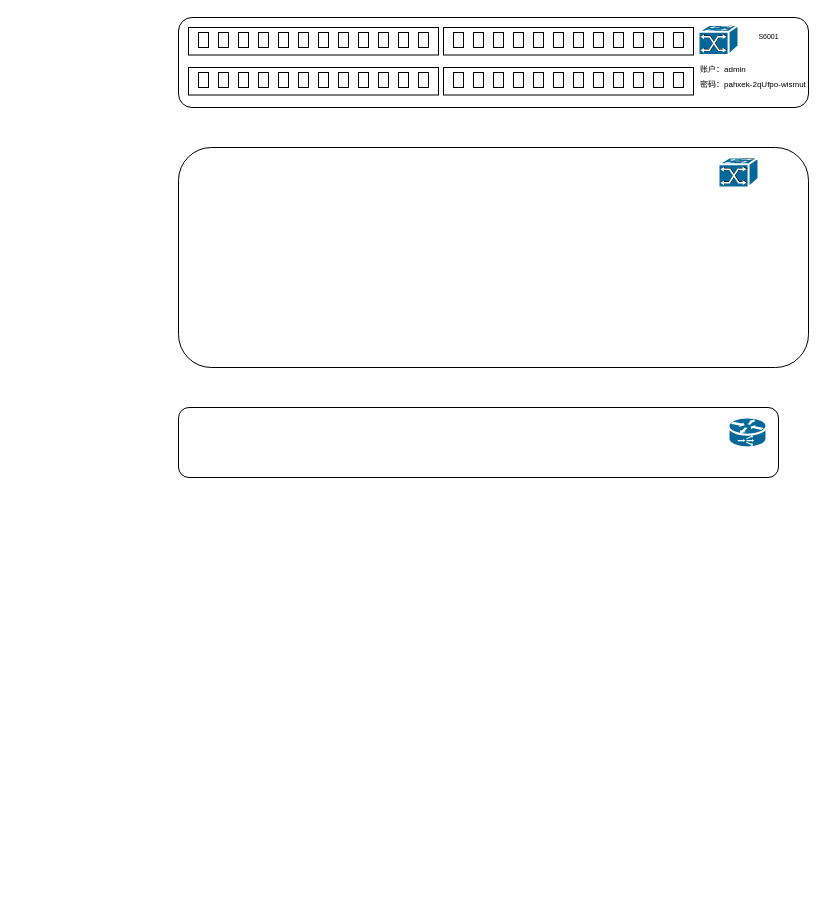
Earlier version of the draw.io diagram rhzy-network.drawio (asharca/drawio). Source tidied: cells renumbered, new cells numbered last; positions are measured from the earlier drawing's top-left corner, leaving out a move shared by most shapes. Both pictures are drawn from the tidied source at 100%, with x=0, y=0 at pixel (178, 17).
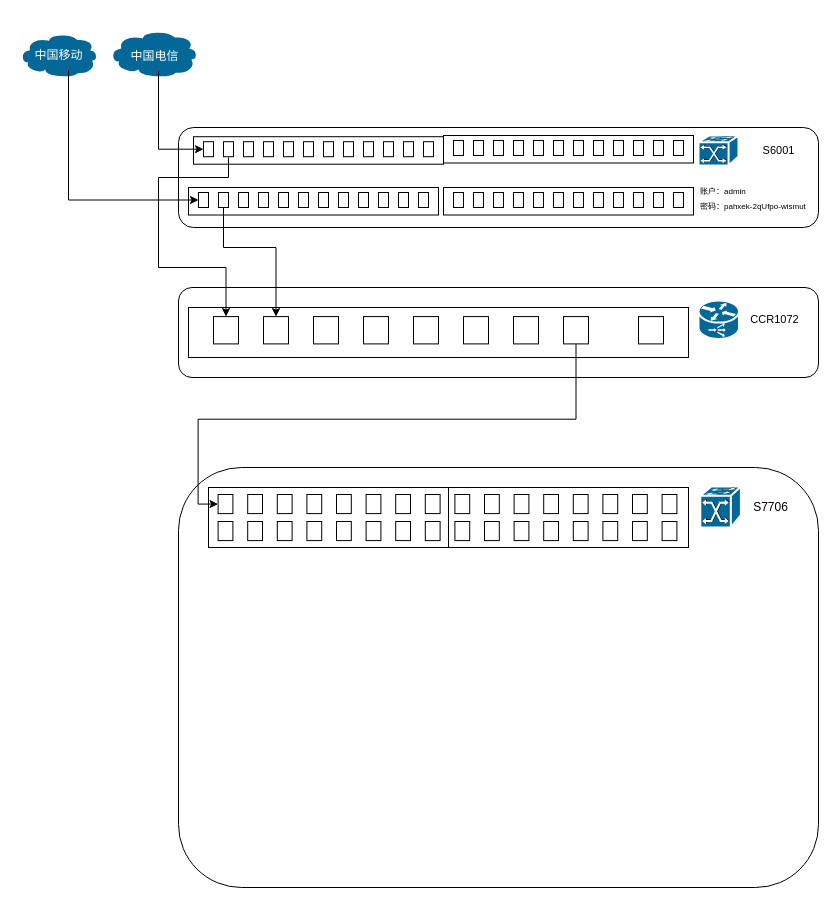
The same diagram, later.

The change refers to these unchanged cells:
```xml
<mxCell id="8" style="rounded=0;whiteSpace=wrap;html=1;" parent="7" vertex="1">
  <mxGeometry width="10" height="15" as="geometry" />
</mxCell>
<mxCell id="23" style="rounded=0;whiteSpace=wrap;html=1;" parent="22" vertex="1">
  <mxGeometry width="10" height="15" as="geometry" />
</mxCell>
<mxCell id="24" style="rounded=0;whiteSpace=wrap;html=1;" parent="22" vertex="1">
  <mxGeometry x="20" width="10" height="15" as="geometry" />
</mxCell>
```

What changed in the source:
```diff
@@
     <mxCell id="2" style="rounded=1;whiteSpace=wrap;html=1;" parent="1" vertex="1">
-      <mxGeometry width="630" height="90" as="geometry" />
+      <mxGeometry y="110" width="640" height="100" as="geometry" />
     </mxCell>
-    <mxCell id="3" style="rounded=1;whiteSpace=wrap;html=1;" parent="1" vertex="1">
-      <mxGeometry y="130" width="630" height="220" as="geometry" />
-    </mxCell>
     <mxCell id="4" style="shape=mxgraph.cisco.switches.atm_fast_gigabit_etherswitch;sketch=0;html=1;dashed=0;fillColor=#036897;strokeColor=#ffffff;strokeWidth=2;verticalLabelPosition=bottom;verticalAlign=top;align=center;" parent="1" vertex="1">
-      <mxGeometry x="520" y="7.5" width="40" height="30" as="geometry" />
+      <mxGeometry x="520" y="118" width="40" height="30" as="geometry" />
     </mxCell>
     <mxCell id="5" style="group;" parent="1" vertex="1">
-      <mxGeometry x="10" y="10" width="250" height="27.5" as="geometry" />
+      <mxGeometry x="15" y="119.2" width="250" height="27.5" as="geometry" />
     </mxCell>
@@
     <mxCell id="20" style="group;" parent="1" vertex="1">
-      <mxGeometry x="10" y="50" width="250" height="27.5" as="geometry" />
+      <mxGeometry x="10" y="170" width="250" height="27.5" as="geometry" />
     </mxCell>
@@
     <mxCell id="35" style="group;" parent="1" vertex="1">
-      <mxGeometry x="265" y="10" width="250" height="27.5" as="geometry" />
+      <mxGeometry x="265" y="118" width="250" height="27.5" as="geometry" />
     </mxCell>
@@
     <mxCell id="50" style="group;" parent="1" vertex="1">
-      <mxGeometry x="265" y="50" width="250" height="27.5" as="geometry" />
+      <mxGeometry x="265" y="170" width="250" height="27.5" as="geometry" />
     </mxCell>
@@
-    <mxCell id="65" style="shape=mxgraph.cisco.switches.atm_fast_gigabit_etherswitch;sketch=0;html=1;dashed=0;fillColor=#036897;strokeColor=#ffffff;strokeWidth=2;verticalLabelPosition=bottom;verticalAlign=top;align=center;" parent="1" vertex="1">
-      <mxGeometry x="540" y="140" width="40" height="30" as="geometry" />
-    </mxCell>
-    <mxCell id="66" style="rounded=1;whiteSpace=wrap;html=1;" parent="1" vertex="1">
-      <mxGeometry y="390" width="600" height="70" as="geometry" />
-    </mxCell>
-    <mxCell id="67" style="shape=mxgraph.cisco.routers.content_service_router;sketch=0;html=1;dashed=0;fillColor=#036897;strokeColor=#ffffff;strokeWidth=2;verticalLabelPosition=bottom;verticalAlign=top;align=center;" parent="1" vertex="1">
-      <mxGeometry x="550" y="400" width="38" height="30" as="geometry" />
-    </mxCell>
-    <mxCell id="68" value="S6001" style="text;html=1;align=center;verticalAlign=middle;strokeColor=none;fillColor=none;fontSize=7;" parent="1" vertex="1">
-      <mxGeometry x="570" y="10" width="40" height="20" as="geometry" />
+    <mxCell id="68" value="&lt;font style=&quot;font-size: 11px;&quot;&gt;S6001&lt;/font&gt;" style="text;html=1;align=center;verticalAlign=middle;strokeColor=none;fillColor=none;fontSize=7;" parent="1" vertex="1">
+      <mxGeometry x="570" y="118" width="60" height="30" as="geometry" />
     </mxCell>
     <mxCell id="69" style="text;html=1;align=center;verticalAlign=middle;strokeColor=none;fillColor=none;" parent="1" vertex="1">
-      <mxGeometry x="450" y="98" width="20" height="30" as="geometry" />
+      <mxGeometry x="440" y="198" width="20" height="30" as="geometry" />
     </mxCell>
     <mxCell id="70" value="&lt;div&gt;&lt;font style=&quot;font-size: 8px;&quot;&gt;账户：admin&lt;/font&gt;&lt;/div&gt;&lt;div&gt;&lt;span style=&quot;font-size: 8px; background-color: transparent; color: light-dark(rgb(0, 0, 0), rgb(255, 255, 255));&quot;&gt;密码：pahxek-2qUfpo-wismut&lt;/span&gt;&lt;/div&gt;" style="text;html=1;align=left;verticalAlign=middle;whiteSpace=wrap;rounded=0;" parent="1" vertex="1">
-      <mxGeometry x="520" y="37.5" width="110" height="40" as="geometry" />
+      <mxGeometry x="520" y="160" width="110" height="40" as="geometry" />
     </mxCell>
+    <mxCell id="71" style="group;" parent="1" vertex="1">
+      <mxGeometry y="450" width="640" height="420" as="geometry" />
+    </mxCell>
+    <mxCell id="3" style="rounded=1;whiteSpace=wrap;html=1;" parent="71" vertex="1">
+      <mxGeometry width="640" height="420" as="geometry" />
+    </mxCell>
+    <mxCell id="65" style="shape=mxgraph.cisco.switches.atm_fast_gigabit_etherswitch;sketch=0;html=1;dashed=0;fillColor=#036897;strokeColor=#ffffff;strokeWidth=2;verticalLabelPosition=bottom;verticalAlign=top;align=center;" parent="71" vertex="1">
+      <mxGeometry x="521.8" y="19.1" width="40.6" height="40.9" as="geometry" />
+    </mxCell>
+    <mxCell id="72" value="S7706" style="text;html=1;align=center;verticalAlign=middle;whiteSpace=wrap;rounded=0;" parent="71" vertex="1">
+      <mxGeometry x="562.5" y="24.5" width="59.1" height="30" as="geometry" />
+    </mxCell>
+    <mxCell id="73" style="group;" parent="1" vertex="1">
+      <mxGeometry y="270" width="640" height="90" as="geometry" />
+    </mxCell>
+    <mxCell id="66" style="rounded=1;whiteSpace=wrap;html=1;" parent="73" vertex="1">
+      <mxGeometry width="640" height="90" as="geometry" />
+    </mxCell>
+    <mxCell id="67" style="shape=mxgraph.cisco.routers.content_service_router;sketch=0;html=1;dashed=0;fillColor=#036897;strokeColor=#ffffff;strokeWidth=2;verticalLabelPosition=bottom;verticalAlign=top;align=center;" parent="73" vertex="1">
+      <mxGeometry x="520" y="12.9" width="40.5" height="38.6" as="geometry" />
+    </mxCell>
+    <mxCell id="74" value="&lt;font style=&quot;font-size: 11px;&quot;&gt;CCR1072&lt;/font&gt;" style="text;html=1;align=center;verticalAlign=middle;strokeColor=none;fillColor=none;fontSize=7;" parent="73" vertex="1">
+      <mxGeometry x="560.5" y="17.1" width="70" height="30" as="geometry" />
+    </mxCell>
+    <mxCell id="75" style="group;" parent="73" vertex="1">
+      <mxGeometry x="10" y="20" width="500" height="50" as="geometry" />
+    </mxCell>
+    <mxCell id="76" style="rounded=0;whiteSpace=wrap;html=1;" parent="75" vertex="1">
+      <mxGeometry width="500" height="50" as="geometry" />
+    </mxCell>
+    <mxCell id="77" style="rounded=0;whiteSpace=wrap;html=1;" parent="75" vertex="1">
+      <mxGeometry x="25" y="9.1" width="25" height="27.3" as="geometry" />
+    </mxCell>
+    <mxCell id="78" style="rounded=0;whiteSpace=wrap;html=1;" parent="75" vertex="1">
+      <mxGeometry x="75" y="9.1" width="25" height="27.3" as="geometry" />
+    </mxCell>
+    <mxCell id="79" style="rounded=0;whiteSpace=wrap;html=1;" parent="75" vertex="1">
+      <mxGeometry x="125" y="9.1" width="25" height="27.3" as="geometry" />
+    </mxCell>
+    <mxCell id="80" style="rounded=0;whiteSpace=wrap;html=1;" parent="75" vertex="1">
+      <mxGeometry x="175" y="9.1" width="25" height="27.3" as="geometry" />
+    </mxCell>
+    <mxCell id="81" style="rounded=0;whiteSpace=wrap;html=1;" parent="75" vertex="1">
+      <mxGeometry x="225" y="9.1" width="25" height="27.3" as="geometry" />
+    </mxCell>
+    <mxCell id="82" style="rounded=0;whiteSpace=wrap;html=1;" parent="75" vertex="1">
+      <mxGeometry x="275" y="9.1" width="25" height="27.3" as="geometry" />
+    </mxCell>
+    <mxCell id="83" style="rounded=0;whiteSpace=wrap;html=1;" parent="75" vertex="1">
+      <mxGeometry x="325" y="9.1" width="25" height="27.3" as="geometry" />
+    </mxCell>
+    <mxCell id="84" style="rounded=0;whiteSpace=wrap;html=1;" parent="75" vertex="1">
+      <mxGeometry x="375" y="9.1" width="25" height="27.3" as="geometry" />
+    </mxCell>
+    <mxCell id="85" style="rounded=0;whiteSpace=wrap;html=1;" parent="75" vertex="1">
+      <mxGeometry x="450" y="9.1" width="25" height="27.3" as="geometry" />
+    </mxCell>
+    <mxCell id="86" style="edgeStyle=orthogonalEdgeStyle;rounded=0;jettySize=auto;html=1;entryX=0.5;entryY=0;entryDx=0;entryDy=0;" parent="1" edge="1" target="77">
+      <mxGeometry relative="1" as="geometry">
+        <mxPoint x="50" y="140" as="sourcePoint" />
+        <Array as="points">
+          <mxPoint x="50" y="160" />
+          <mxPoint x="-20" y="160" />
+          <mxPoint x="-20" y="250" />
+          <mxPoint x="47" y="250" />
+        </Array>
+      </mxGeometry>
+    </mxCell>
+    <mxCell id="87" style="edgeStyle=orthogonalEdgeStyle;rounded=0;jettySize=auto;html=1;entryX=0.5;entryY=0;entryDx=0;entryDy=0;exitX=0.5;exitY=1;exitDx=0;exitDy=0;" parent="1" edge="1" source="24" target="78">
+      <mxGeometry relative="1" as="geometry">
+        <Array as="points">
+          <mxPoint x="45" y="230" />
+          <mxPoint x="97" y="230" />
+        </Array>
+      </mxGeometry>
+    </mxCell>
+    <mxCell id="88" style="group;" parent="1" vertex="1">
+      <mxGeometry x="-160" y="15" width="80" height="45" as="geometry" />
+    </mxCell>
+    <mxCell id="89" style="shape=mxgraph.cisco.storage.cloud;sketch=0;html=1;dashed=0;fillColor=#036897;strokeColor=#ffffff;strokeWidth=2;verticalLabelPosition=bottom;verticalAlign=top;align=center;" parent="88" vertex="1">
+      <mxGeometry width="80" height="45" as="geometry" />
+    </mxCell>
+    <mxCell id="90" value="中国移动" style="text;html=1;align=center;verticalAlign=middle;points=[];fontColor=light-dark(#ffffff, #ededed);" parent="88" vertex="1">
+      <mxGeometry x="5" y="7.5" width="70" height="30" as="geometry" />
+    </mxCell>
+    <mxCell id="91" style="group;" parent="1" vertex="1">
+      <mxGeometry x="-70" y="12.1" width="90" height="47.9" as="geometry" />
+    </mxCell>
+    <mxCell id="92" style="shape=mxgraph.cisco.storage.cloud;sketch=0;html=1;dashed=0;fillColor=#036897;strokeColor=#ffffff;strokeWidth=2;verticalLabelPosition=bottom;verticalAlign=top;align=center;" parent="91" vertex="1">
+      <mxGeometry width="90" height="47.9" as="geometry" />
+    </mxCell>
+    <mxCell id="93" value="中国电信" style="text;html=1;align=center;verticalAlign=middle;points=[];fontColor=light-dark(#ffffff, #ededed);" parent="91" vertex="1">
+      <mxGeometry x="11.3" y="12" width="70" height="30" as="geometry" />
+    </mxCell>
+    <mxCell id="94" style="edgeStyle=orthogonalEdgeStyle;rounded=0;jettySize=auto;html=1;entryX=0;entryY=0.5;entryDx=0;entryDy=0;" parent="1" edge="1" source="93" target="8">
+      <mxGeometry relative="1" as="geometry">
+        <Array as="points">
+          <mxPoint x="-20" y="131" />
+        </Array>
+      </mxGeometry>
+    </mxCell>
+    <mxCell id="95" style="edgeStyle=orthogonalEdgeStyle;rounded=0;jettySize=auto;html=1;entryX=0;entryY=0.5;entryDx=0;entryDy=0;" parent="1" edge="1" source="90" target="23">
+      <mxGeometry relative="1" as="geometry">
+        <Array as="points">
+          <mxPoint x="-110" y="183" />
+        </Array>
+      </mxGeometry>
+    </mxCell>
+    <mxCell id="96" style="group;" parent="1" vertex="1">
+      <mxGeometry x="20" y="470" width="490" height="60" as="geometry" />
+    </mxCell>
+    <mxCell id="97" style="rounded=0;whiteSpace=wrap;html=1;" parent="96" vertex="1">
+      <mxGeometry x="10" width="480" height="60" as="geometry" />
+    </mxCell>
+    <mxCell id="98" style="endArrow=none;html=1;rounded=0;entryX=0.5;entryY=0;entryDx=0;entryDy=0;exitX=0.5;exitY=1;exitDx=0;exitDy=0;" parent="96" edge="1" source="97" target="97">
+      <mxGeometry relative="1" as="geometry" />
+    </mxCell>
+    <mxCell id="99" style="group;" parent="96" vertex="1">
+      <mxGeometry x="19.6" y="7" width="222" height="19.1" as="geometry" />
+    </mxCell>
+    <mxCell id="100" style="rounded=0;whiteSpace=wrap;html=1;spacingTop=0;" parent="99" vertex="1">
+      <mxGeometry width="14.8" height="19.1" as="geometry" />
+    </mxCell>
+    <mxCell id="101" style="rounded=0;whiteSpace=wrap;html=1;spacingTop=0;" parent="99" vertex="1">
+      <mxGeometry x="29.6" width="14.8" height="19.1" as="geometry" />
+    </mxCell>
+    <mxCell id="102" style="rounded=0;whiteSpace=wrap;html=1;spacingTop=0;" parent="99" vertex="1">
+      <mxGeometry x="59.2" width="14.8" height="19.1" as="geometry" />
+    </mxCell>
+    <mxCell id="103" style="rounded=0;whiteSpace=wrap;html=1;spacingTop=0;" parent="99" vertex="1">
+      <mxGeometry x="88.8" width="14.8" height="19.1" as="geometry" />
+    </mxCell>
+    <mxCell id="104" style="rounded=0;whiteSpace=wrap;html=1;spacingTop=0;" parent="99" vertex="1">
+      <mxGeometry x="118.4" width="14.8" height="19.1" as="geometry" />
+    </mxCell>
+    <mxCell id="105" style="rounded=0;whiteSpace=wrap;html=1;spacingTop=0;" parent="99" vertex="1">
+      <mxGeometry x="148" width="14.8" height="19.1" as="geometry" />
+    </mxCell>
+    <mxCell id="106" style="rounded=0;whiteSpace=wrap;html=1;spacingTop=0;" parent="99" vertex="1">
+      <mxGeometry x="177.6" width="14.8" height="19.1" as="geometry" />
+    </mxCell>
+    <mxCell id="107" style="rounded=0;whiteSpace=wrap;html=1;spacingTop=0;" parent="99" vertex="1">
+      <mxGeometry x="207.2" width="14.8" height="19.1" as="geometry" />
+    </mxCell>
+    <mxCell id="108" style="group;" parent="96" vertex="1">
+      <mxGeometry x="19.6" y="34" width="222" height="19.1" as="geometry" />
+    </mxCell>
+    <mxCell id="109" style="rounded=0;whiteSpace=wrap;html=1;spacingTop=0;" parent="108" vertex="1">
+      <mxGeometry width="14.8" height="19.1" as="geometry" />
+    </mxCell>
+    <mxCell id="110" style="rounded=0;whiteSpace=wrap;html=1;spacingTop=0;" parent="108" vertex="1">
+      <mxGeometry x="29.6" width="14.8" height="19.1" as="geometry" />
+    </mxCell>
+    <mxCell id="111" style="rounded=0;whiteSpace=wrap;html=1;spacingTop=0;" parent="108" vertex="1">
+      <mxGeometry x="59.2" width="14.8" height="19.1" as="geometry" />
+    </mxCell>
+    <mxCell id="112" style="rounded=0;whiteSpace=wrap;html=1;spacingTop=0;" parent="108" vertex="1">
+      <mxGeometry x="88.8" width="14.8" height="19.1" as="geometry" />
+    </mxCell>
+    <mxCell id="113" style="rounded=0;whiteSpace=wrap;html=1;spacingTop=0;" parent="108" vertex="1">
+      <mxGeometry x="118.4" width="14.8" height="19.1" as="geometry" />
+    </mxCell>
+    <mxCell id="114" style="rounded=0;whiteSpace=wrap;html=1;spacingTop=0;" parent="108" vertex="1">
+      <mxGeometry x="148" width="14.8" height="19.1" as="geometry" />
+    </mxCell>
+    <mxCell id="115" style="rounded=0;whiteSpace=wrap;html=1;spacingTop=0;" parent="108" vertex="1">
+      <mxGeometry x="177.6" width="14.8" height="19.1" as="geometry" />
+    </mxCell>
+    <mxCell id="116" style="rounded=0;whiteSpace=wrap;html=1;spacingTop=0;" parent="108" vertex="1">
+      <mxGeometry x="207.2" width="14.8" height="19.1" as="geometry" />
+    </mxCell>
+    <mxCell id="117" style="group;" parent="96" vertex="1">
+      <mxGeometry x="256.4" y="34" width="222" height="19.1" as="geometry" />
+    </mxCell>
+    <mxCell id="118" style="rounded=0;whiteSpace=wrap;html=1;spacingTop=0;" parent="117" vertex="1">
+      <mxGeometry width="14.8" height="19.1" as="geometry" />
+    </mxCell>
+    <mxCell id="119" style="rounded=0;whiteSpace=wrap;html=1;spacingTop=0;" parent="117" vertex="1">
+      <mxGeometry x="29.6" width="14.8" height="19.1" as="geometry" />
+    </mxCell>
+    <mxCell id="120" style="rounded=0;whiteSpace=wrap;html=1;spacingTop=0;" parent="117" vertex="1">
+      <mxGeometry x="59.2" width="14.8" height="19.1" as="geometry" />
+    </mxCell>
+    <mxCell id="121" style="rounded=0;whiteSpace=wrap;html=1;spacingTop=0;" parent="117" vertex="1">
+      <mxGeometry x="88.8" width="14.8" height="19.1" as="geometry" />
+    </mxCell>
+    <mxCell id="122" style="rounded=0;whiteSpace=wrap;html=1;spacingTop=0;" parent="117" vertex="1">
+      <mxGeometry x="118.4" width="14.8" height="19.1" as="geometry" />
+    </mxCell>
+    <mxCell id="123" style="rounded=0;whiteSpace=wrap;html=1;spacingTop=0;" parent="117" vertex="1">
+      <mxGeometry x="148" width="14.8" height="19.1" as="geometry" />
+    </mxCell>
+    <mxCell id="124" style="rounded=0;whiteSpace=wrap;html=1;spacingTop=0;" parent="117" vertex="1">
+      <mxGeometry x="177.6" width="14.8" height="19.1" as="geometry" />
+    </mxCell>
+    <mxCell id="125" style="rounded=0;whiteSpace=wrap;html=1;spacingTop=0;" parent="117" vertex="1">
+      <mxGeometry x="207.2" width="14.8" height="19.1" as="geometry" />
+    </mxCell>
+    <mxCell id="126" style="group;" parent="96" vertex="1">
+      <mxGeometry x="256.4" y="7" width="222" height="19.1" as="geometry" />
+    </mxCell>
+    <mxCell id="127" style="rounded=0;whiteSpace=wrap;html=1;spacingTop=0;" parent="126" vertex="1">
+      <mxGeometry width="14.8" height="19.1" as="geometry" />
+    </mxCell>
+    <mxCell id="128" style="rounded=0;whiteSpace=wrap;html=1;spacingTop=0;" parent="126" vertex="1">
+      <mxGeometry x="29.6" width="14.8" height="19.1" as="geometry" />
+    </mxCell>
+    <mxCell id="129" style="rounded=0;whiteSpace=wrap;html=1;spacingTop=0;" parent="126" vertex="1">
+      <mxGeometry x="59.2" width="14.8" height="19.1" as="geometry" />
+    </mxCell>
+    <mxCell id="130" style="rounded=0;whiteSpace=wrap;html=1;spacingTop=0;" parent="126" vertex="1">
+      <mxGeometry x="88.8" width="14.8" height="19.1" as="geometry" />
+    </mxCell>
+    <mxCell id="131" style="rounded=0;whiteSpace=wrap;html=1;spacingTop=0;" parent="126" vertex="1">
+      <mxGeometry x="118.4" width="14.8" height="19.1" as="geometry" />
+    </mxCell>
+    <mxCell id="132" style="rounded=0;whiteSpace=wrap;html=1;spacingTop=0;" parent="126" vertex="1">
+      <mxGeometry x="148" width="14.8" height="19.1" as="geometry" />
+    </mxCell>
+    <mxCell id="133" style="rounded=0;whiteSpace=wrap;html=1;spacingTop=0;" parent="126" vertex="1">
+      <mxGeometry x="177.6" width="14.8" height="19.1" as="geometry" />
+    </mxCell>
+    <mxCell id="134" style="rounded=0;whiteSpace=wrap;html=1;spacingTop=0;" parent="126" vertex="1">
+      <mxGeometry x="207.2" width="14.8" height="19.1" as="geometry" />
+    </mxCell>
+    <mxCell id="135" style="edgeStyle=orthogonalEdgeStyle;rounded=0;jettySize=auto;html=1;exitX=0.5;exitY=1;exitDx=0;exitDy=0;entryX=0;entryY=0.5;entryDx=0;entryDy=0;" parent="1" edge="1" source="84" target="100">
+      <mxGeometry relative="1" as="geometry" />
+    </mxCell>
```
